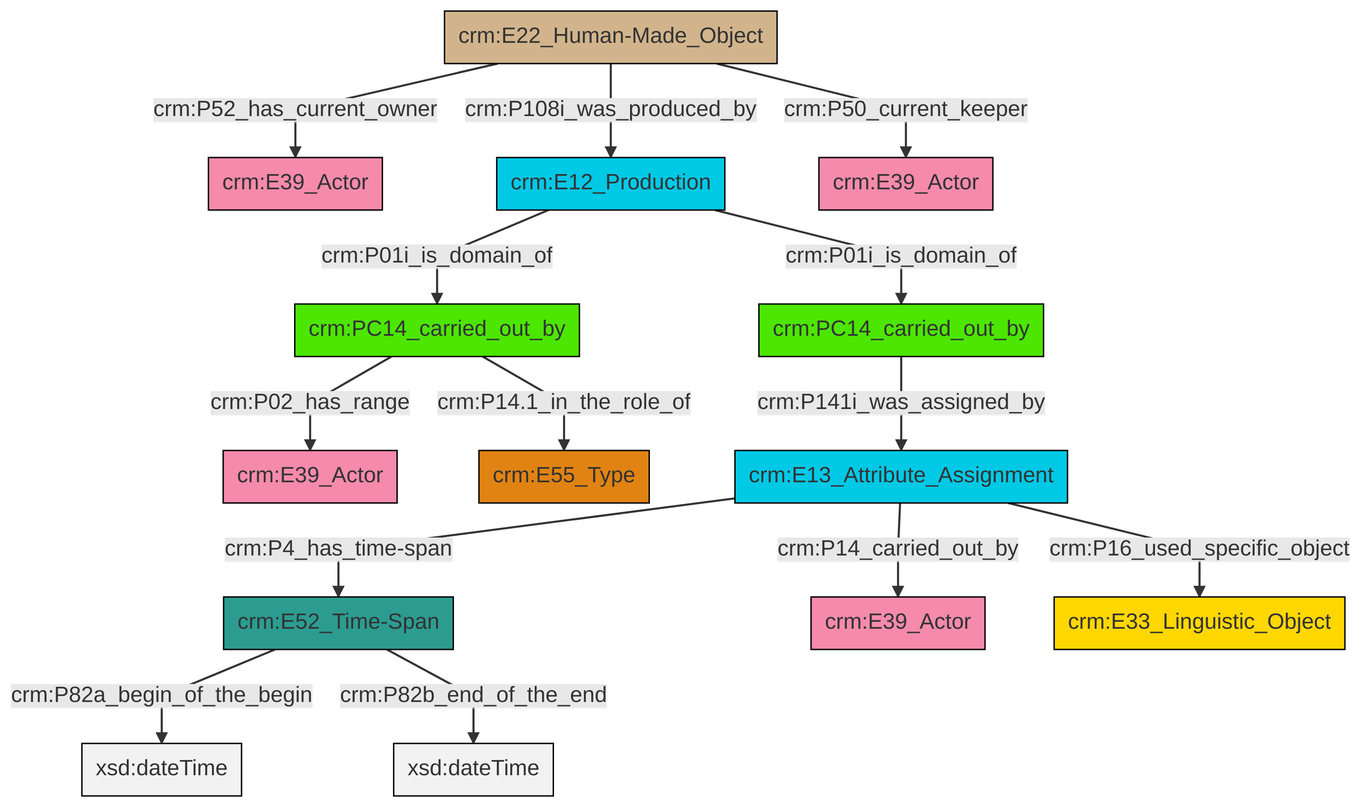
Earlier version of the Mermaid export et/carrierCSV/ttl/mmd/png/carrier_relations.png (swiss-art-research-net/docs.swissartresearch). Its source is kept beside it as et/carrierCSV/ttl/mmd/carrier_relations.ttl.mmd. The source it was exported from:
```mermaid
graph TD
classDef Literal fill:#f2f2f2,stroke:#000000;
classDef CRM_Entity fill:#FFFFFF,stroke:#000000;
classDef Temporal_Entity fill:#00C9E6, stroke:#000000;
classDef Type fill:#E18312, stroke:#000000;
classDef Time-Span fill:#2C9C91, stroke:#000000;
classDef Appellation fill:#FFEB7F, stroke:#000000;
classDef Place fill:#008836, stroke:#000000;
classDef Persistent_Item fill:#B266B2, stroke:#000000;
classDef Conceptual_Object fill:#FFD700, stroke:#000000;
classDef Physical_Thing fill:#D2B48C, stroke:#000000;
classDef Actor fill:#f58aad, stroke:#000000;
classDef PC_Classes fill:#4ce600, stroke:#000000;
classDef Multi fill:#cccccc,stroke:#000000;

0["crm:E52_Time-Span"]:::Time-Span -->|crm:P82a_begin_of_the_begin| 1[xsd:dateTime]:::Literal
2["crm:E22_Human-Made_Object"]:::Physical_Thing -->|crm:P52_has_current_owner| 3["crm:E39_Actor"]:::Actor
2["crm:E22_Human-Made_Object"]:::Physical_Thing -->|crm:P108i_was_produced_by| 4["crm:E12_Production"]:::Temporal_Entity
0["crm:E52_Time-Span"]:::Time-Span -->|crm:P82b_end_of_the_end| 6[xsd:dateTime]:::Literal
4["crm:E12_Production"]:::Temporal_Entity -->|crm:P01i_is_domain_of| 9["crm:PC14_carried_out_by"]:::PC_Classes
9["crm:PC14_carried_out_by"]:::PC_Classes -->|crm:P02_has_range| 7["crm:E39_Actor"]:::Actor
16["crm:PC14_carried_out_by"]:::PC_Classes -->|crm:P141i_was_assigned_by| 14["crm:E13_Attribute_Assignment"]:::Temporal_Entity
9["crm:PC14_carried_out_by"]:::PC_Classes -->|crm:P14.1_in_the_role_of| 12["crm:E55_Type"]:::Type
14["crm:E13_Attribute_Assignment"]:::Temporal_Entity -->|crm:P14_carried_out_by| 17["crm:E39_Actor"]:::Actor
4["crm:E12_Production"]:::Temporal_Entity -->|crm:P01i_is_domain_of| 16["crm:PC14_carried_out_by"]:::PC_Classes
2["crm:E22_Human-Made_Object"]:::Physical_Thing -->|crm:P50_current_keeper| 22["crm:E39_Actor"]:::Actor
14["crm:E13_Attribute_Assignment"]:::Temporal_Entity -->|crm:P4_has_time-span| 0["crm:E52_Time-Span"]:::Time-Span
14["crm:E13_Attribute_Assignment"]:::Temporal_Entity -->|crm:P16_used_specific_object| 20["crm:E33_Linguistic_Object"]:::Conceptual_Object
```
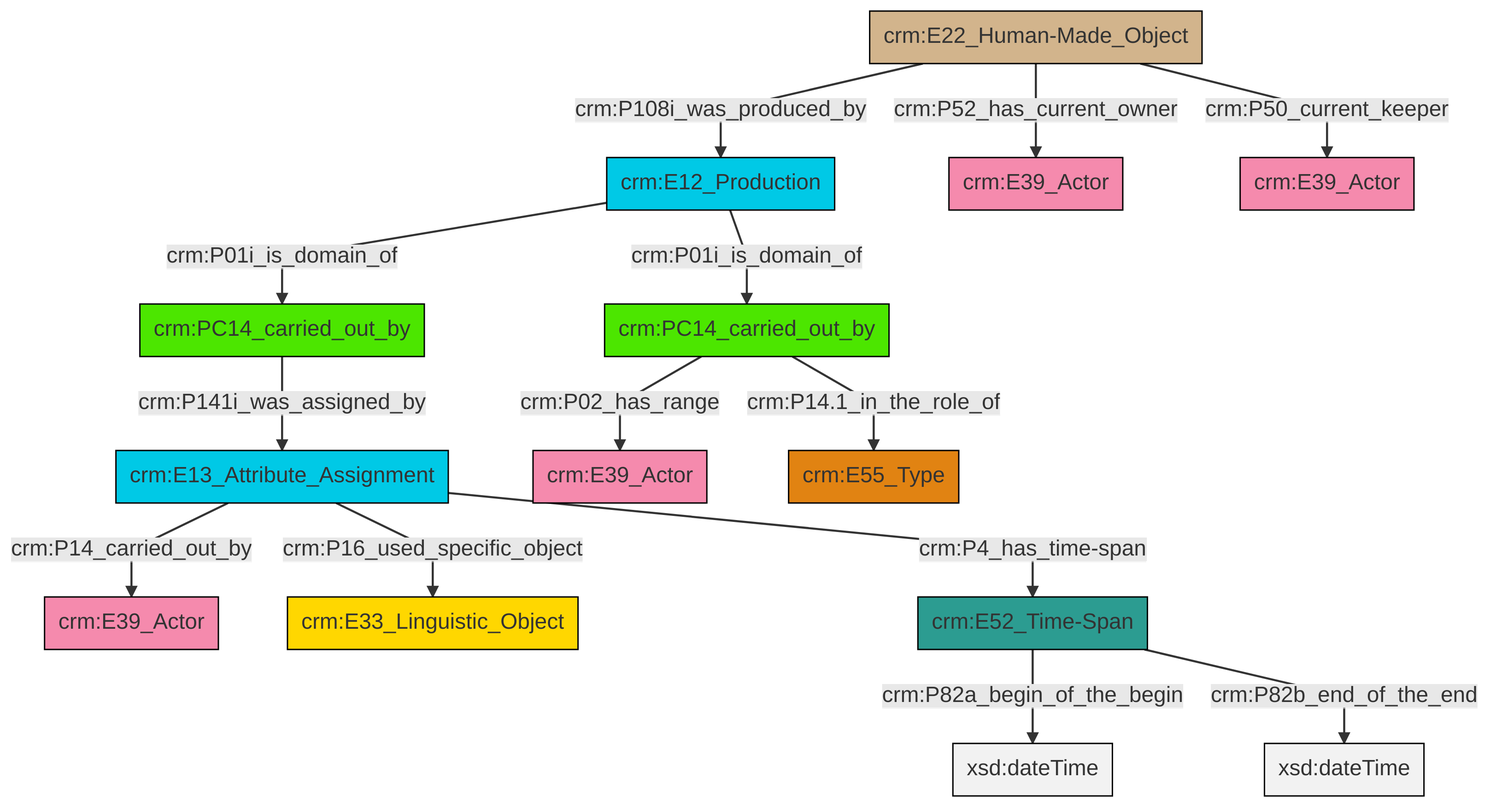
The same diagram one commit later.

The edit, as a diff of the source:
```diff
@@ -13,16 +13,16 @@
 classDef PC_Classes fill:#4ce600, stroke:#000000;
 classDef Multi fill:#cccccc,stroke:#000000;
 
-0["crm:E52_Time-Span"]:::Time-Span -->|crm:P82a_begin_of_the_begin| 1[xsd:dateTime]:::Literal
-2["crm:E22_Human-Made_Object"]:::Physical_Thing -->|crm:P52_has_current_owner| 3["crm:E39_Actor"]:::Actor
-2["crm:E22_Human-Made_Object"]:::Physical_Thing -->|crm:P108i_was_produced_by| 4["crm:E12_Production"]:::Temporal_Entity
-0["crm:E52_Time-Span"]:::Time-Span -->|crm:P82b_end_of_the_end| 6[xsd:dateTime]:::Literal
-4["crm:E12_Production"]:::Temporal_Entity -->|crm:P01i_is_domain_of| 9["crm:PC14_carried_out_by"]:::PC_Classes
-9["crm:PC14_carried_out_by"]:::PC_Classes -->|crm:P02_has_range| 7["crm:E39_Actor"]:::Actor
-16["crm:PC14_carried_out_by"]:::PC_Classes -->|crm:P141i_was_assigned_by| 14["crm:E13_Attribute_Assignment"]:::Temporal_Entity
-9["crm:PC14_carried_out_by"]:::PC_Classes -->|crm:P14.1_in_the_role_of| 12["crm:E55_Type"]:::Type
-14["crm:E13_Attribute_Assignment"]:::Temporal_Entity -->|crm:P14_carried_out_by| 17["crm:E39_Actor"]:::Actor
-4["crm:E12_Production"]:::Temporal_Entity -->|crm:P01i_is_domain_of| 16["crm:PC14_carried_out_by"]:::PC_Classes
-2["crm:E22_Human-Made_Object"]:::Physical_Thing -->|crm:P50_current_keeper| 22["crm:E39_Actor"]:::Actor
-14["crm:E13_Attribute_Assignment"]:::Temporal_Entity -->|crm:P4_has_time-span| 0["crm:E52_Time-Span"]:::Time-Span
-14["crm:E13_Attribute_Assignment"]:::Temporal_Entity -->|crm:P16_used_specific_object| 20["crm:E33_Linguistic_Object"]:::Conceptual_Object
+0["crm:E13_Attribute_Assignment"]:::Temporal_Entity -->|crm:P14_carried_out_by| 1["crm:E39_Actor"]:::Actor
+2["crm:PC14_carried_out_by"]:::PC_Classes -->|crm:P02_has_range| 3["crm:E39_Actor"]:::Actor
+5["crm:E12_Production"]:::Temporal_Entity -->|crm:P01i_is_domain_of| 2["crm:PC14_carried_out_by"]:::PC_Classes
+8["crm:E22_Human-Made_Object"]:::Physical_Thing -->|crm:P52_has_current_owner| 9["crm:E39_Actor"]:::Actor
+10["crm:E52_Time-Span"]:::Time-Span -->|crm:P82a_begin_of_the_begin| 11[xsd:dateTime]:::Literal
+8["crm:E22_Human-Made_Object"]:::Physical_Thing -->|crm:P50_current_keeper| 12["crm:E39_Actor"]:::Actor
+8["crm:E22_Human-Made_Object"]:::Physical_Thing -->|crm:P108i_was_produced_by| 5["crm:E12_Production"]:::Temporal_Entity
+0["crm:E13_Attribute_Assignment"]:::Temporal_Entity -->|crm:P16_used_specific_object| 6["crm:E33_Linguistic_Object"]:::Conceptual_Object
+16["crm:PC14_carried_out_by"]:::PC_Classes -->|crm:P141i_was_assigned_by| 0["crm:E13_Attribute_Assignment"]:::Temporal_Entity
+2["crm:PC14_carried_out_by"]:::PC_Classes -->|crm:P14.1_in_the_role_of| 13["crm:E55_Type"]:::Type
+0["crm:E13_Attribute_Assignment"]:::Temporal_Entity -->|crm:P4_has_time-span| 10["crm:E52_Time-Span"]:::Time-Span
+5["crm:E12_Production"]:::Temporal_Entity -->|crm:P01i_is_domain_of| 16["crm:PC14_carried_out_by"]:::PC_Classes
+10["crm:E52_Time-Span"]:::Time-Span -->|crm:P82b_end_of_the_end| 25[xsd:dateTime]:::Literal
```
